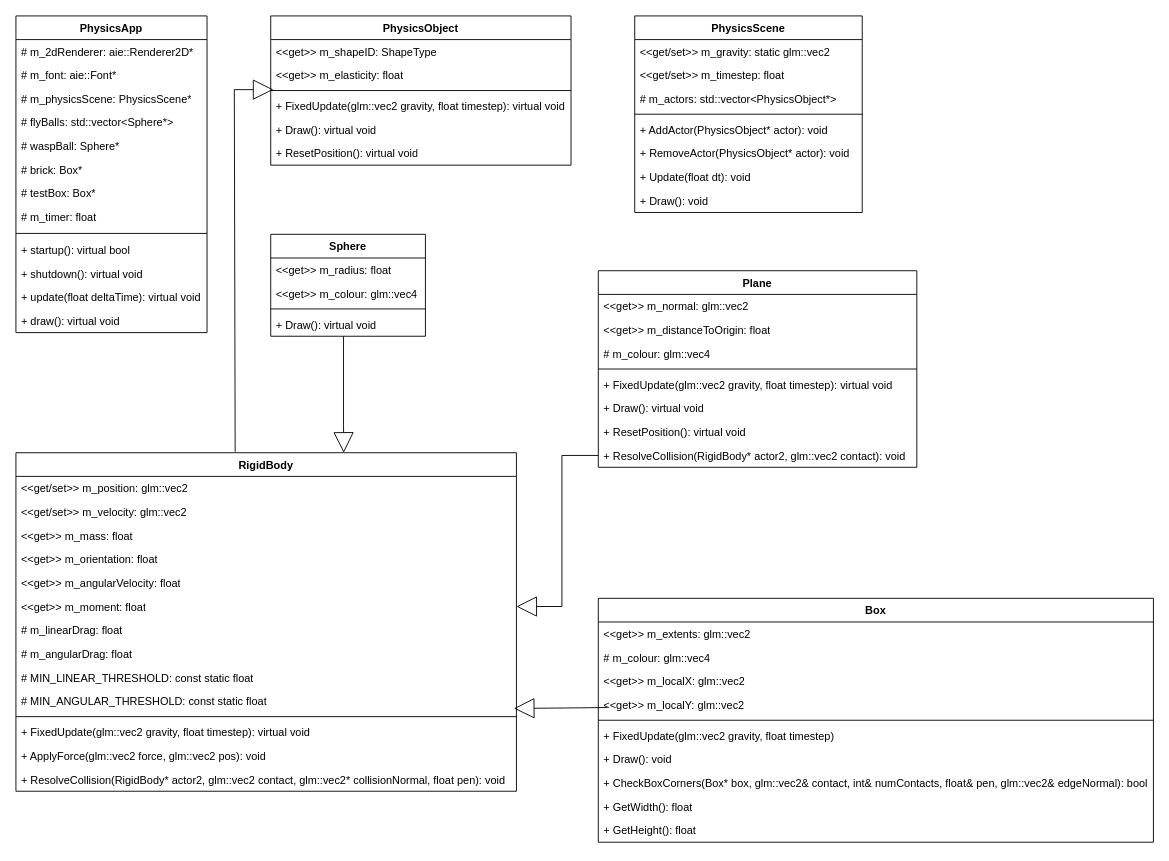
The draw.io diagram Second Year/Physics for Games/PhysicsEngine.drawio in Elias-s231135/Robert-2, before the edit. Source tidied: cells renumbered, new cells numbered last; positions are measured from the earlier drawing's top-left corner, leaving out a move shared by most shapes. Both pictures are drawn from the tidied source at 91%, with x=0, y=0 at pixel (15, 15).
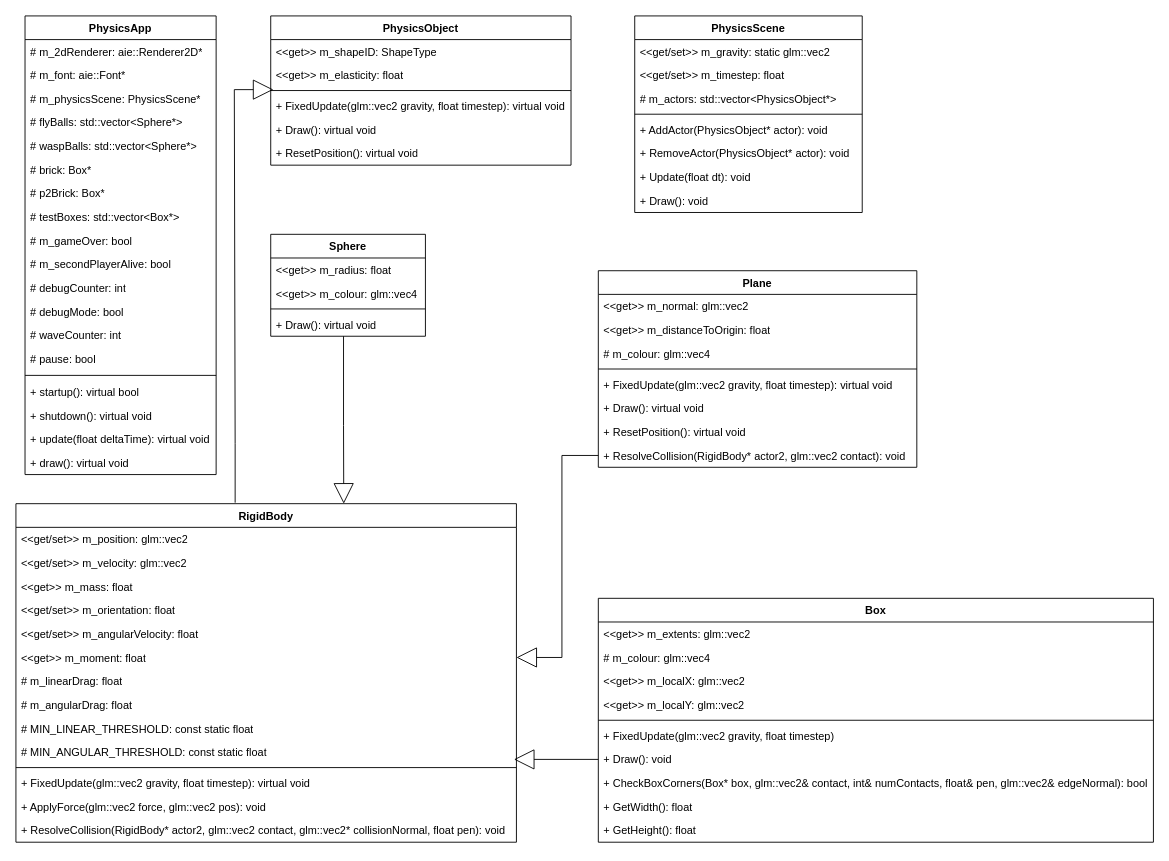
Above is the later version.

Commit message (it also covers changes not shown here):
Added pause, fixed restart, fixed enemy movement

The change refers to these unchanged cells:
```xml
<mxCell id="42" value="# MIN_ANGULAR_THRESHOLD: const static float" style="text;strokeColor=none;fillColor=none;align=left;verticalAlign=top;spacingLeft=4;spacingRight=4;overflow=hidden;points=[[0,0.5],[1,0.5]];portConstraint=eastwest;whiteSpace=wrap;html=1;" parent="32" vertex="1">
  <mxGeometry y="260" width="550" height="26" as="geometry" />
</mxCell>
<mxCell id="69" value="+ Draw(): void" style="text;strokeColor=none;fillColor=none;align=left;verticalAlign=top;spacingLeft=4;spacingRight=4;overflow=hidden;points=[[0,0.5],[1,0.5]];portConstraint=eastwest;whiteSpace=wrap;html=1;" parent="62" vertex="1">
  <mxGeometry y="164" width="610" height="26" as="geometry" />
</mxCell>
```

What changed in the source:
```diff
@@
     <mxCell id="2" value="PhysicsApp" style="swimlane;fontStyle=1;align=center;verticalAlign=top;horizontal=1;startSize=26;whiteSpace=wrap;html=1;" parent="1" vertex="1">
-      <mxGeometry width="210" height="348" as="geometry" />
+      <mxGeometry x="10" width="210" height="504" as="geometry" />
     </mxCell>
@@
-    <mxCell id="7" value="# waspBall: Sphere*" style="text;strokeColor=none;fillColor=none;align=left;verticalAlign=top;spacingLeft=4;spacingRight=4;overflow=hidden;whiteSpace=wrap;html=1;" parent="2" vertex="1">
+    <mxCell id="7" value="# waspBalls: std::vector&amp;lt;Sphere*&amp;gt;" style="text;strokeColor=none;fillColor=none;align=left;verticalAlign=top;spacingLeft=4;spacingRight=4;overflow=hidden;whiteSpace=wrap;html=1;" parent="2" vertex="1">
       <mxGeometry y="130" width="210" height="26" as="geometry" />
     </mxCell>
@@
+    <mxCell id="76" value="# p2Brick: Box*" style="text;strokeColor=none;fillColor=none;align=left;verticalAlign=top;spacingLeft=4;spacingRight=4;overflow=hidden;whiteSpace=wrap;html=1;" parent="2" vertex="1">
+      <mxGeometry y="182" width="210" height="26" as="geometry" />
+    </mxCell>
-    <mxCell id="9" value="# testBox: Box*" style="text;strokeColor=none;fillColor=none;align=left;verticalAlign=top;spacingLeft=4;spacingRight=4;overflow=hidden;whiteSpace=wrap;html=1;" parent="2" vertex="1">
-      <mxGeometry y="182" width="210" height="26" as="geometry" />
+    <mxCell id="9" value="# testBoxes: std::vector&amp;lt;Box*&amp;gt;" style="text;strokeColor=none;fillColor=none;align=left;verticalAlign=top;spacingLeft=4;spacingRight=4;overflow=hidden;whiteSpace=wrap;html=1;" parent="2" vertex="1">
+      <mxGeometry y="208" width="210" height="26" as="geometry" />
     </mxCell>
-    <mxCell id="10" value="# m_timer: float" style="text;strokeColor=none;fillColor=none;align=left;verticalAlign=top;spacingLeft=4;spacingRight=4;overflow=hidden;whiteSpace=wrap;html=1;" parent="2" vertex="1">
-      <mxGeometry y="208" width="210" height="26" as="geometry" />
-    </mxCell>
+    <mxCell id="77" value="# m_gameOver: bool" style="text;strokeColor=none;fillColor=none;align=left;verticalAlign=top;spacingLeft=4;spacingRight=4;overflow=hidden;whiteSpace=wrap;html=1;" parent="2" vertex="1">
+      <mxGeometry y="234" width="210" height="26" as="geometry" />
+    </mxCell>
+    <mxCell id="78" value="# m_secondPlayerAlive: bool" style="text;strokeColor=none;fillColor=none;align=left;verticalAlign=top;spacingLeft=4;spacingRight=4;overflow=hidden;whiteSpace=wrap;html=1;" parent="2" vertex="1">
+      <mxGeometry y="260" width="210" height="26" as="geometry" />
+    </mxCell>
+    <mxCell id="79" value="# debugCounter: int" style="text;strokeColor=none;fillColor=none;align=left;verticalAlign=top;spacingLeft=4;spacingRight=4;overflow=hidden;whiteSpace=wrap;html=1;" parent="2" vertex="1">
+      <mxGeometry y="286" width="210" height="26" as="geometry" />
+    </mxCell>
+    <mxCell id="80" value="# debugMode: bool" style="text;strokeColor=none;fillColor=none;align=left;verticalAlign=top;spacingLeft=4;spacingRight=4;overflow=hidden;whiteSpace=wrap;html=1;" parent="2" vertex="1">
+      <mxGeometry y="312" width="210" height="26" as="geometry" />
+    </mxCell>
+    <mxCell id="81" value="# waveCounter: int" style="text;strokeColor=none;fillColor=none;align=left;verticalAlign=top;spacingLeft=4;spacingRight=4;overflow=hidden;whiteSpace=wrap;html=1;" parent="2" vertex="1">
+      <mxGeometry y="338" width="210" height="26" as="geometry" />
+    </mxCell>
+    <mxCell id="82" value="# pause: bool" style="text;strokeColor=none;fillColor=none;align=left;verticalAlign=top;spacingLeft=4;spacingRight=4;overflow=hidden;whiteSpace=wrap;html=1;" parent="2" vertex="1">
+      <mxGeometry y="364" width="210" height="26" as="geometry" />
+    </mxCell>
     <mxCell id="11" style="line;strokeWidth=1;fillColor=none;align=left;verticalAlign=middle;spacingTop=-1;spacingLeft=3;spacingRight=3;labelPosition=right;strokeColor=inherit;" parent="2" vertex="1">
-      <mxGeometry y="234" width="210" height="10" as="geometry" />
+      <mxGeometry y="390" width="210" height="10" as="geometry" />
     </mxCell>
     <mxCell id="12" value="+ startup(): virtual bool" style="text;strokeColor=none;fillColor=none;align=left;verticalAlign=top;spacingLeft=4;spacingRight=4;overflow=hidden;whiteSpace=wrap;html=1;" parent="2" vertex="1">
-      <mxGeometry y="244" width="210" height="26" as="geometry" />
+      <mxGeometry y="400" width="210" height="26" as="geometry" />
     </mxCell>
     <mxCell id="13" value="+ shutdown(): virtual void" style="text;strokeColor=none;fillColor=none;align=left;verticalAlign=top;spacingLeft=4;spacingRight=4;overflow=hidden;whiteSpace=wrap;html=1;" parent="2" vertex="1">
-      <mxGeometry y="270" width="210" height="26" as="geometry" />
+      <mxGeometry y="426" width="210" height="26" as="geometry" />
     </mxCell>
     <mxCell id="14" value="+ update(float deltaTime): virtual void" style="text;strokeColor=none;fillColor=none;align=left;verticalAlign=top;spacingLeft=4;spacingRight=4;overflow=hidden;whiteSpace=wrap;html=1;" parent="2" vertex="1">
-      <mxGeometry y="296" width="210" height="26" as="geometry" />
+      <mxGeometry y="452" width="210" height="26" as="geometry" />
     </mxCell>
     <mxCell id="15" value="+ draw(): virtual void" style="text;strokeColor=none;fillColor=none;align=left;verticalAlign=top;spacingLeft=4;spacingRight=4;overflow=hidden;whiteSpace=wrap;html=1;" parent="2" vertex="1">
-      <mxGeometry y="322" width="210" height="26" as="geometry" />
+      <mxGeometry y="478" width="210" height="26" as="geometry" />
     </mxCell>
@@
     <mxCell id="32" value="RigidBody" style="swimlane;fontStyle=1;align=center;verticalAlign=top;horizontal=1;startSize=26;whiteSpace=wrap;html=1;" parent="1" vertex="1">
-      <mxGeometry y="480" width="550" height="372" as="geometry" />
+      <mxGeometry y="536" width="550" height="372" as="geometry" />
     </mxCell>
@@
-    <mxCell id="36" value="&amp;lt;&amp;lt;get&amp;gt;&amp;gt; m_orientation: float" style="text;strokeColor=none;fillColor=none;align=left;verticalAlign=top;spacingLeft=4;spacingRight=4;overflow=hidden;whiteSpace=wrap;html=1;" parent="32" vertex="1">
+    <mxCell id="36" value="&amp;lt;&amp;lt;get/set&amp;gt;&amp;gt; m_orientation: float" style="text;strokeColor=none;fillColor=none;align=left;verticalAlign=top;spacingLeft=4;spacingRight=4;overflow=hidden;whiteSpace=wrap;html=1;" parent="32" vertex="1">
       <mxGeometry y="104" width="550" height="26" as="geometry" />
     </mxCell>
-    <mxCell id="37" value="&amp;lt;&amp;lt;get&amp;gt;&amp;gt; m_angularVelocity: float" style="text;strokeColor=none;fillColor=none;align=left;verticalAlign=top;spacingLeft=4;spacingRight=4;overflow=hidden;whiteSpace=wrap;html=1;" parent="32" vertex="1">
+    <mxCell id="37" value="&amp;lt;&amp;lt;get/set&amp;gt;&amp;gt; m_angularVelocity: float" style="text;strokeColor=none;fillColor=none;align=left;verticalAlign=top;spacingLeft=4;spacingRight=4;overflow=hidden;whiteSpace=wrap;html=1;" parent="32" vertex="1">
       <mxGeometry y="130" width="550" height="26" as="geometry" />
     </mxCell>
@@
-    <mxCell id="61" style="edgeStyle=orthogonalEdgeStyle;rounded=0;jettySize=auto;html=1;endArrow=block;endFill=0;endSize=20;entryX=0.995;entryY=0.808;entryDx=0;entryDy=0;entryPerimeter=0;" parent="1" edge="1" target="42">
-      <mxGeometry relative="1" as="geometry">
-        <mxPoint x="650" y="760" as="sourcePoint" />
-      </mxGeometry>
+    <mxCell id="61" style="edgeStyle=orthogonalEdgeStyle;rounded=0;jettySize=auto;html=1;endArrow=block;endFill=0;endSize=20;entryX=0.995;entryY=0.808;entryDx=0;entryDy=0;entryPerimeter=0;exitX=0;exitY=0.5;exitDx=0;exitDy=0;" parent="1" edge="1" source="69" target="42">
+      <mxGeometry relative="1" as="geometry" />
     </mxCell>
```
